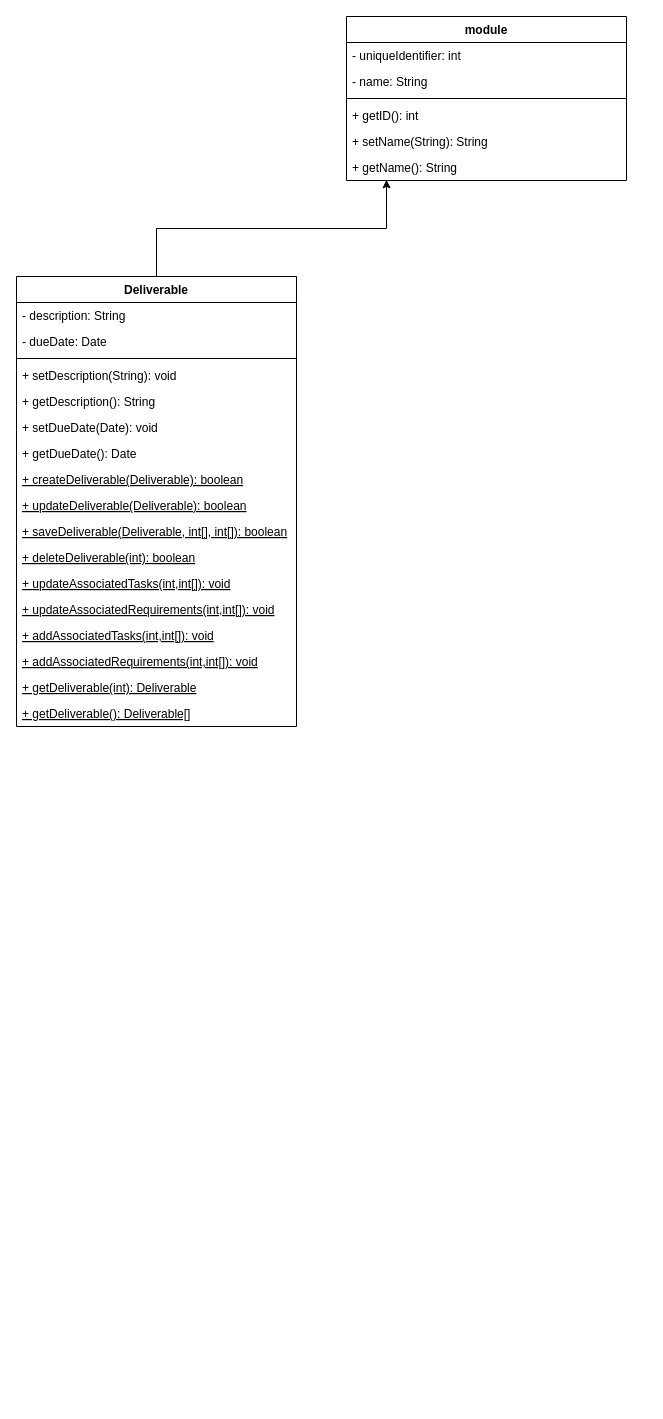
Before: diagrams/Untitled Diagram.drawio in alicebalayan/comp380---project3, a draw.io diagram. Source tidied: cells renumbered, new cells numbered last; positions are measured from the earlier drawing's top-left corner, leaving out a move shared by most shapes. Both pictures are drawn from the tidied source at 100%, with x=0, y=0 at pixel (16, 16).
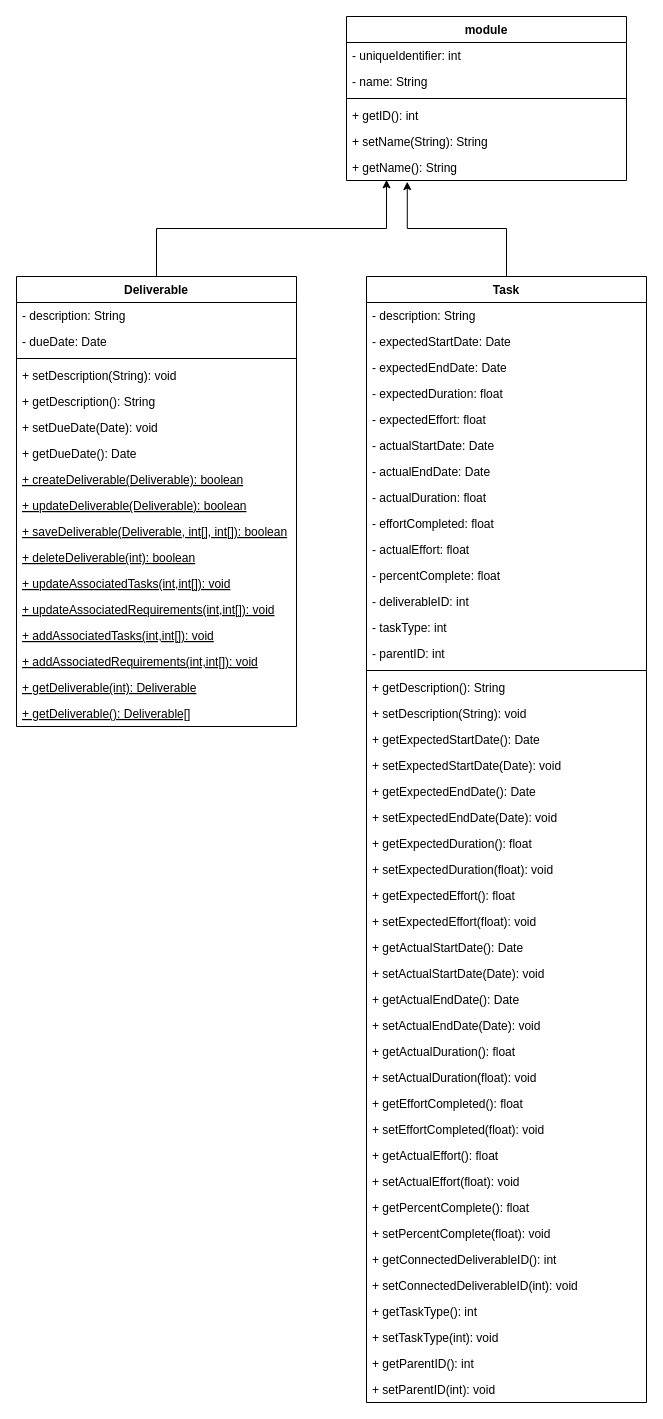
The same page after the edit.

The change refers to these unchanged cells:
```xml
<mxCell id="8" value="+ getName(): String" style="text;strokeColor=none;fillColor=none;align=left;verticalAlign=top;spacingLeft=4;spacingRight=4;overflow=hidden;points=[[0,0.5],[1,0.5]];portConstraint=eastwest;" parent="2" vertex="1">
  <mxGeometry y="138" width="280" height="26" as="geometry" />
</mxCell>
```

Diff of the diagram source:
```diff
@@
+    <mxCell id="28" style="edgeStyle=orthogonalEdgeStyle;rounded=0;jettySize=auto;html=1;entryX=0.217;entryY=1.045;entryDx=0;entryDy=0;entryPerimeter=0;" parent="1" edge="1" source="29" target="8">
+      <mxGeometry relative="1" as="geometry">
+        <Array as="points">
+          <mxPoint x="490" y="212" />
+          <mxPoint x="391" y="212" />
+        </Array>
+      </mxGeometry>
+    </mxCell>
+    <mxCell id="29" value="Task" style="swimlane;fontStyle=1;align=center;verticalAlign=top;horizontal=1;startSize=26;" parent="1" vertex="1">
+      <mxGeometry x="350" y="260" width="280" height="1126" as="geometry" />
+    </mxCell>
+    <mxCell id="30" value="- description: String" style="text;strokeColor=none;fillColor=none;align=left;verticalAlign=top;spacingLeft=4;spacingRight=4;overflow=hidden;" parent="29" vertex="1">
+      <mxGeometry y="26" width="280" height="26" as="geometry" />
+    </mxCell>
+    <mxCell id="31" value="- expectedStartDate: Date" style="text;strokeColor=none;fillColor=none;align=left;verticalAlign=top;spacingLeft=4;spacingRight=4;overflow=hidden;" parent="29" vertex="1">
+      <mxGeometry y="52" width="280" height="26" as="geometry" />
+    </mxCell>
+    <mxCell id="32" value="- expectedEndDate: Date" style="text;strokeColor=none;fillColor=none;align=left;verticalAlign=top;spacingLeft=4;spacingRight=4;overflow=hidden;" parent="29" vertex="1">
+      <mxGeometry y="78" width="280" height="26" as="geometry" />
+    </mxCell>
+    <mxCell id="33" value="- expectedDuration: float" style="text;strokeColor=none;fillColor=none;align=left;verticalAlign=top;spacingLeft=4;spacingRight=4;overflow=hidden;" parent="29" vertex="1">
+      <mxGeometry y="104" width="280" height="26" as="geometry" />
+    </mxCell>
+    <mxCell id="34" value="- expectedEffort: float" style="text;strokeColor=none;fillColor=none;align=left;verticalAlign=top;spacingLeft=4;spacingRight=4;overflow=hidden;" parent="29" vertex="1">
+      <mxGeometry y="130" width="280" height="26" as="geometry" />
+    </mxCell>
+    <mxCell id="35" value="- actualStartDate: Date" style="text;strokeColor=none;fillColor=none;align=left;verticalAlign=top;spacingLeft=4;spacingRight=4;overflow=hidden;" parent="29" vertex="1">
+      <mxGeometry y="156" width="280" height="26" as="geometry" />
+    </mxCell>
+    <mxCell id="36" value="- actualEndDate: Date" style="text;strokeColor=none;fillColor=none;align=left;verticalAlign=top;spacingLeft=4;spacingRight=4;overflow=hidden;" parent="29" vertex="1">
+      <mxGeometry y="182" width="280" height="26" as="geometry" />
+    </mxCell>
+    <mxCell id="37" value="- actualDuration: float" style="text;strokeColor=none;fillColor=none;align=left;verticalAlign=top;spacingLeft=4;spacingRight=4;overflow=hidden;" parent="29" vertex="1">
+      <mxGeometry y="208" width="280" height="26" as="geometry" />
+    </mxCell>
+    <mxCell id="38" value="- effortCompleted: float" style="text;strokeColor=none;fillColor=none;align=left;verticalAlign=top;spacingLeft=4;spacingRight=4;overflow=hidden;" parent="29" vertex="1">
+      <mxGeometry y="234" width="280" height="26" as="geometry" />
+    </mxCell>
+    <mxCell id="39" value="- actualEffort: float" style="text;strokeColor=none;fillColor=none;align=left;verticalAlign=top;spacingLeft=4;spacingRight=4;overflow=hidden;" parent="29" vertex="1">
+      <mxGeometry y="260" width="280" height="26" as="geometry" />
+    </mxCell>
+    <mxCell id="40" value="- percentComplete: float" style="text;strokeColor=none;fillColor=none;align=left;verticalAlign=top;spacingLeft=4;spacingRight=4;overflow=hidden;" parent="29" vertex="1">
+      <mxGeometry y="286" width="280" height="26" as="geometry" />
+    </mxCell>
+    <mxCell id="41" value="- deliverableID: int" style="text;strokeColor=none;fillColor=none;align=left;verticalAlign=top;spacingLeft=4;spacingRight=4;overflow=hidden;" parent="29" vertex="1">
+      <mxGeometry y="312" width="280" height="26" as="geometry" />
+    </mxCell>
+    <mxCell id="42" value="- taskType: int" style="text;strokeColor=none;fillColor=none;align=left;verticalAlign=top;spacingLeft=4;spacingRight=4;overflow=hidden;" parent="29" vertex="1">
+      <mxGeometry y="338" width="280" height="26" as="geometry" />
+    </mxCell>
+    <mxCell id="43" value="- parentID: int" style="text;strokeColor=none;fillColor=none;align=left;verticalAlign=top;spacingLeft=4;spacingRight=4;overflow=hidden;" parent="29" vertex="1">
+      <mxGeometry y="364" width="280" height="26" as="geometry" />
+    </mxCell>
+    <mxCell id="44" style="line;strokeWidth=1;fillColor=none;align=left;verticalAlign=middle;spacingTop=-1;spacingLeft=3;spacingRight=3;labelPosition=right;" parent="29" vertex="1">
+      <mxGeometry y="390" width="280" height="8" as="geometry" />
+    </mxCell>
+    <mxCell id="45" value="+ getDescription(): String" style="text;strokeColor=none;fillColor=none;align=left;verticalAlign=top;spacingLeft=4;spacingRight=4;overflow=hidden;" parent="29" vertex="1">
+      <mxGeometry y="398" width="280" height="26" as="geometry" />
+    </mxCell>
+    <mxCell id="46" value="+ setDescription(String): void" style="text;strokeColor=none;fillColor=none;align=left;verticalAlign=top;spacingLeft=4;spacingRight=4;overflow=hidden;" parent="29" vertex="1">
+      <mxGeometry y="424" width="280" height="26" as="geometry" />
+    </mxCell>
+    <mxCell id="47" value="+ getExpectedStartDate(): Date" style="text;strokeColor=none;fillColor=none;align=left;verticalAlign=top;spacingLeft=4;spacingRight=4;overflow=hidden;" parent="29" vertex="1">
+      <mxGeometry y="450" width="280" height="26" as="geometry" />
+    </mxCell>
+    <mxCell id="48" value="+ setExpectedStartDate(Date): void" style="text;strokeColor=none;fillColor=none;align=left;verticalAlign=top;spacingLeft=4;spacingRight=4;overflow=hidden;" parent="29" vertex="1">
+      <mxGeometry y="476" width="280" height="26" as="geometry" />
+    </mxCell>
+    <mxCell id="49" value="+ getExpectedEndDate(): Date" style="text;strokeColor=none;fillColor=none;align=left;verticalAlign=top;spacingLeft=4;spacingRight=4;overflow=hidden;" parent="29" vertex="1">
+      <mxGeometry y="502" width="280" height="26" as="geometry" />
+    </mxCell>
+    <mxCell id="50" value="+ setExpectedEndDate(Date): void" style="text;strokeColor=none;fillColor=none;align=left;verticalAlign=top;spacingLeft=4;spacingRight=4;overflow=hidden;" parent="29" vertex="1">
+      <mxGeometry y="528" width="280" height="26" as="geometry" />
+    </mxCell>
+    <mxCell id="51" value="+ getExpectedDuration(): float" style="text;strokeColor=none;fillColor=none;align=left;verticalAlign=top;spacingLeft=4;spacingRight=4;overflow=hidden;" parent="29" vertex="1">
+      <mxGeometry y="554" width="280" height="26" as="geometry" />
+    </mxCell>
+    <mxCell id="52" value="+ setExpectedDuration(float): void" style="text;strokeColor=none;fillColor=none;align=left;verticalAlign=top;spacingLeft=4;spacingRight=4;overflow=hidden;" parent="29" vertex="1">
+      <mxGeometry y="580" width="280" height="26" as="geometry" />
+    </mxCell>
+    <mxCell id="53" value="+ getExpectedEffort(): float" style="text;strokeColor=none;fillColor=none;align=left;verticalAlign=top;spacingLeft=4;spacingRight=4;overflow=hidden;" parent="29" vertex="1">
+      <mxGeometry y="606" width="280" height="26" as="geometry" />
+    </mxCell>
+    <mxCell id="54" value="+ setExpectedEffort(float): void" style="text;strokeColor=none;fillColor=none;align=left;verticalAlign=top;spacingLeft=4;spacingRight=4;overflow=hidden;" parent="29" vertex="1">
+      <mxGeometry y="632" width="280" height="26" as="geometry" />
+    </mxCell>
+    <mxCell id="55" value="+ getActualStartDate(): Date" style="text;strokeColor=none;fillColor=none;align=left;verticalAlign=top;spacingLeft=4;spacingRight=4;overflow=hidden;" parent="29" vertex="1">
+      <mxGeometry y="658" width="280" height="26" as="geometry" />
+    </mxCell>
+    <mxCell id="56" value="+ setActualStartDate(Date): void" style="text;strokeColor=none;fillColor=none;align=left;verticalAlign=top;spacingLeft=4;spacingRight=4;overflow=hidden;" parent="29" vertex="1">
+      <mxGeometry y="684" width="280" height="26" as="geometry" />
+    </mxCell>
+    <mxCell id="57" value="+ getActualEndDate(): Date" style="text;strokeColor=none;fillColor=none;align=left;verticalAlign=top;spacingLeft=4;spacingRight=4;overflow=hidden;" parent="29" vertex="1">
+      <mxGeometry y="710" width="280" height="26" as="geometry" />
+    </mxCell>
+    <mxCell id="58" value="+ setActualEndDate(Date): void" style="text;strokeColor=none;fillColor=none;align=left;verticalAlign=top;spacingLeft=4;spacingRight=4;overflow=hidden;" parent="29" vertex="1">
+      <mxGeometry y="736" width="280" height="26" as="geometry" />
+    </mxCell>
+    <mxCell id="59" value="+ getActualDuration(): float" style="text;strokeColor=none;fillColor=none;align=left;verticalAlign=top;spacingLeft=4;spacingRight=4;overflow=hidden;" parent="29" vertex="1">
+      <mxGeometry y="762" width="280" height="26" as="geometry" />
+    </mxCell>
+    <mxCell id="60" value="+ setActualDuration(float): void" style="text;strokeColor=none;fillColor=none;align=left;verticalAlign=top;spacingLeft=4;spacingRight=4;overflow=hidden;" parent="29" vertex="1">
+      <mxGeometry y="788" width="280" height="26" as="geometry" />
+    </mxCell>
+    <mxCell id="61" value="+ getEffortCompleted(): float" style="text;strokeColor=none;fillColor=none;align=left;verticalAlign=top;spacingLeft=4;spacingRight=4;overflow=hidden;" parent="29" vertex="1">
+      <mxGeometry y="814" width="280" height="26" as="geometry" />
+    </mxCell>
+    <mxCell id="62" value="+ setEffortCompleted(float): void" style="text;strokeColor=none;fillColor=none;align=left;verticalAlign=top;spacingLeft=4;spacingRight=4;overflow=hidden;" parent="29" vertex="1">
+      <mxGeometry y="840" width="280" height="26" as="geometry" />
+    </mxCell>
+    <mxCell id="63" value="+ getActualEffort(): float" style="text;strokeColor=none;fillColor=none;align=left;verticalAlign=top;spacingLeft=4;spacingRight=4;overflow=hidden;" parent="29" vertex="1">
+      <mxGeometry y="866" width="280" height="26" as="geometry" />
+    </mxCell>
+    <mxCell id="64" value="+ setActualEffort(float): void" style="text;strokeColor=none;fillColor=none;align=left;verticalAlign=top;spacingLeft=4;spacingRight=4;overflow=hidden;" parent="29" vertex="1">
+      <mxGeometry y="892" width="280" height="26" as="geometry" />
+    </mxCell>
+    <mxCell id="65" value="+ getPercentComplete(): float" style="text;strokeColor=none;fillColor=none;align=left;verticalAlign=top;spacingLeft=4;spacingRight=4;overflow=hidden;" parent="29" vertex="1">
+      <mxGeometry y="918" width="280" height="26" as="geometry" />
+    </mxCell>
+    <mxCell id="66" value="+ setPercentComplete(float): void" style="text;strokeColor=none;fillColor=none;align=left;verticalAlign=top;spacingLeft=4;spacingRight=4;overflow=hidden;" parent="29" vertex="1">
+      <mxGeometry y="944" width="280" height="26" as="geometry" />
+    </mxCell>
+    <mxCell id="67" value="+ getConnectedDeliverableID(): int" style="text;strokeColor=none;fillColor=none;align=left;verticalAlign=top;spacingLeft=4;spacingRight=4;overflow=hidden;" parent="29" vertex="1">
+      <mxGeometry y="970" width="280" height="26" as="geometry" />
+    </mxCell>
+    <mxCell id="68" value="+ setConnectedDeliverableID(int): void" style="text;strokeColor=none;fillColor=none;align=left;verticalAlign=top;spacingLeft=4;spacingRight=4;overflow=hidden;" parent="29" vertex="1">
+      <mxGeometry y="996" width="280" height="26" as="geometry" />
+    </mxCell>
+    <mxCell id="69" value="+ getTaskType(): int" style="text;strokeColor=none;fillColor=none;align=left;verticalAlign=top;spacingLeft=4;spacingRight=4;overflow=hidden;" parent="29" vertex="1">
+      <mxGeometry y="1022" width="280" height="26" as="geometry" />
+    </mxCell>
+    <mxCell id="70" value="+ setTaskType(int): void" style="text;strokeColor=none;fillColor=none;align=left;verticalAlign=top;spacingLeft=4;spacingRight=4;overflow=hidden;" parent="29" vertex="1">
+      <mxGeometry y="1048" width="280" height="26" as="geometry" />
+    </mxCell>
+    <mxCell id="71" value="+ getParentID(): int" style="text;strokeColor=none;fillColor=none;align=left;verticalAlign=top;spacingLeft=4;spacingRight=4;overflow=hidden;" parent="29" vertex="1">
+      <mxGeometry y="1074" width="280" height="26" as="geometry" />
+    </mxCell>
+    <mxCell id="72" value="+ setParentID(int): void" style="text;strokeColor=none;fillColor=none;align=left;verticalAlign=top;spacingLeft=4;spacingRight=4;overflow=hidden;" parent="29" vertex="1">
+      <mxGeometry y="1100" width="280" height="26" as="geometry" />
+    </mxCell>
```
